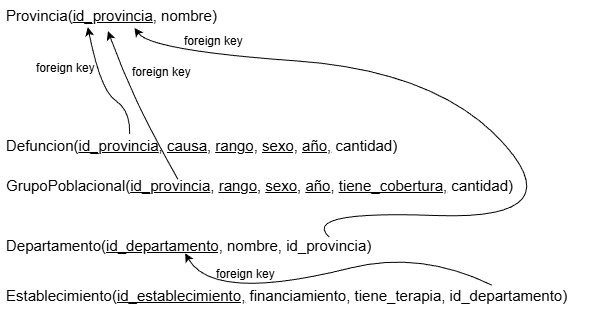
Before: images/modelorelacional.png, a diagram exported from draw.io (elciclon/tp_labo_1). Source tidied: cells renumbered, new cells last; positions are measured from the earlier drawing's top-left corner, leaving out a move shared by most shapes.
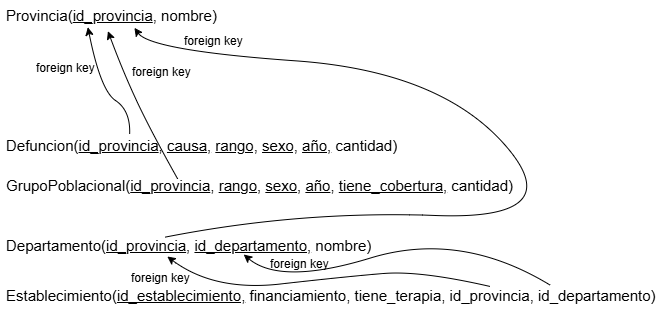
The same diagram one commit later.

Diff of the diagram source:
```diff
@@ -20,7 +20,7 @@
     <mxCell id="5" value="Provincia(&lt;u&gt;id_provincia&lt;/u&gt;, nombre)" style="text;strokeColor=none;fillColor=none;spacingLeft=4;spacingRight=4;overflow=hidden;points=[[0,0.5],[1,0.5]];portConstraint=eastwest;fontSize=15;whiteSpace=wrap;html=1;" parent="1" vertex="1">
       <mxGeometry width="260" height="30" as="geometry" />
     </mxCell>
-    <mxCell id="6" value="&lt;font style=&quot;font-size: 15px;&quot;&gt;&lt;font style=&quot;&quot;&gt;D&lt;/font&gt;epartamento(&lt;u&gt;id_departamento,&lt;/u&gt;&amp;nbsp;nombre, id_provincia)&lt;/font&gt;" style="text;strokeColor=none;fillColor=none;spacingLeft=4;spacingRight=4;overflow=hidden;points=[[0,0.5],[1,0.5]];portConstraint=eastwest;fontSize=12;whiteSpace=wrap;html=1;" parent="1" vertex="1">
+    <mxCell id="6" value="&lt;font style=&quot;font-size: 15px;&quot;&gt;&lt;font style=&quot;&quot;&gt;D&lt;/font&gt;epartamento(&lt;u&gt;id_provincia&lt;/u&gt;,&amp;nbsp;&lt;u&gt;id_departamento,&lt;/u&gt;&amp;nbsp;nombre)&lt;/font&gt;" style="text;strokeColor=none;fillColor=none;spacingLeft=4;spacingRight=4;overflow=hidden;points=[[0,0.5],[1,0.5]];portConstraint=eastwest;fontSize=12;whiteSpace=wrap;html=1;" parent="1" vertex="1">
       <mxGeometry y="230" width="380" height="30" as="geometry" />
     </mxCell>
     <mxCell id="7" style="curved=1;endArrow=classic;html=1;rounded=0;fontColor=light-dark(#000000,#FF0000);textShadow=1;strokeColor=light-dark(#000000,#FF0000);entryX=0.336;entryY=0.889;entryDx=0;entryDy=0;entryPerimeter=0;exitX=0.315;exitY=0.111;exitDx=0;exitDy=0;exitPerimeter=0;" parent="1" edge="1" source="8" target="5">
@@ -34,15 +34,14 @@
     <mxCell id="8" value="&lt;font style=&quot;font-size: 15px;&quot;&gt;&lt;font style=&quot;&quot;&gt;D&lt;/font&gt;efuncion(&lt;u&gt;id_provincia&lt;/u&gt;,&amp;nbsp;&lt;u&gt;causa,&lt;/u&gt;&amp;nbsp;&lt;u&gt;rango,&lt;/u&gt;&amp;nbsp;&lt;u&gt;sexo,&lt;/u&gt;&amp;nbsp;&lt;u&gt;año,&lt;/u&gt;&amp;nbsp;cantidad)&lt;/font&gt;" style="text;strokeColor=none;fillColor=none;spacingLeft=4;spacingRight=4;overflow=hidden;points=[[0,0.5],[1,0.5]];portConstraint=eastwest;fontSize=12;whiteSpace=wrap;html=1;" parent="1" vertex="1">
       <mxGeometry y="130" width="410" height="30" as="geometry" />
     </mxCell>
-    <mxCell id="9" value="&lt;font style=&quot;font-size: 15px;&quot;&gt;Establecimiento(&lt;u&gt;id_establecimiento,&lt;/u&gt;&amp;nbsp;financiamiento, tiene_terapia, id_departamento)&lt;/font&gt;" style="text;strokeColor=none;fillColor=none;spacingLeft=4;spacingRight=4;overflow=hidden;points=[[0,0.5],[1,0.5]];portConstraint=eastwest;fontSize=12;whiteSpace=wrap;html=1;" parent="1" vertex="1">
-      <mxGeometry y="280" width="590" height="30" as="geometry" />
+    <mxCell id="9" value="&lt;font style=&quot;font-size: 15px;&quot;&gt;Establecimiento(&lt;u&gt;id_establecimiento,&lt;/u&gt;&amp;nbsp;financiamiento, tiene_terapia, id_provincia, id_departamento)&lt;/font&gt;" style="text;strokeColor=none;fillColor=none;spacingLeft=4;spacingRight=4;overflow=hidden;points=[[0,0.5],[1,0.5]];portConstraint=eastwest;fontSize=12;whiteSpace=wrap;html=1;" parent="1" vertex="1">
+      <mxGeometry y="280" width="660" height="30" as="geometry" />
     </mxCell>
-    <mxCell id="10" style="curved=1;endArrow=classic;html=1;rounded=0;fontColor=light-dark(#000000,#FF0000);textShadow=1;strokeColor=light-dark(#000000,#FF0000);entryX=0.486;entryY=0.756;entryDx=0;entryDy=0;entryPerimeter=0;exitX=0.833;exitY=0.156;exitDx=0;exitDy=0;exitPerimeter=0;" parent="1" edge="1" source="9" target="6">
+    <mxCell id="10" style="curved=1;endArrow=classic;html=1;rounded=0;fontColor=light-dark(#000000,#FF0000);textShadow=1;strokeColor=light-dark(#000000,#FF0000);entryX=0.64;entryY=0.8;entryDx=0;entryDy=0;entryPerimeter=0;exitX=0.833;exitY=0.156;exitDx=0;exitDy=0;exitPerimeter=0;" parent="1" edge="1" source="9" target="6">
       <mxGeometry relative="1" as="geometry">
         <Array as="points">
-          <mxPoint x="420" y="250" />
+          <mxPoint x="460" y="230" />
           <mxPoint x="280" y="285" />
-          <mxPoint x="200" y="280" />
         </Array>
       </mxGeometry>
     </mxCell>
@@ -53,9 +52,9 @@
       <mxGeometry x="178" y="27" width="70" height="30" as="geometry" />
     </mxCell>
     <mxCell id="13" value="&lt;font style=&quot;color: light-dark(rgb(0, 0, 0), rgb(255, 0, 0));&quot;&gt;foreign key&lt;/font&gt;" style="text;strokeColor=none;fillColor=none;spacingLeft=4;spacingRight=4;overflow=hidden;fontSize=12;whiteSpace=wrap;html=1;" parent="1" vertex="1">
-      <mxGeometry x="210" y="260" width="70" height="30" as="geometry" />
+      <mxGeometry x="264" y="250" width="70" height="30" as="geometry" />
     </mxCell>
-    <mxCell id="14" style="curved=1;endArrow=classic;html=1;rounded=0;fontColor=light-dark(#000000,#FF0000);textShadow=1;strokeColor=light-dark(#000000,#FF0000);entryX=0.515;entryY=0.911;entryDx=0;entryDy=0;entryPerimeter=0;exitX=0.865;exitY=0.222;exitDx=0;exitDy=0;exitPerimeter=0;" parent="1" edge="1" source="6" target="5">
+    <mxCell id="14" style="curved=1;endArrow=classic;html=1;rounded=0;fontColor=light-dark(#000000,#FF0000);textShadow=1;strokeColor=light-dark(#000000,#FF0000);entryX=0.515;entryY=0.911;entryDx=0;entryDy=0;entryPerimeter=0;exitX=0.433;exitY=0.222;exitDx=0;exitDy=0;exitPerimeter=0;" parent="1" edge="1" source="6" target="5">
       <mxGeometry relative="1" as="geometry">
         <Array as="points">
           <mxPoint x="300" y="210" />
@@ -65,5 +64,17 @@
         </Array>
       </mxGeometry>
     </mxCell>
+    <mxCell id="15" style="curved=1;endArrow=classic;html=1;rounded=0;fontColor=light-dark(#000000,#FF0000);textShadow=1;strokeColor=light-dark(#000000,#FF0000);entryX=0.439;entryY=0.867;entryDx=0;entryDy=0;entryPerimeter=0;exitX=0.742;exitY=0.2;exitDx=0;exitDy=0;exitPerimeter=0;" parent="1" edge="1" source="9" target="6">
+      <mxGeometry relative="1" as="geometry">
+        <Array as="points">
+          <mxPoint x="420" y="270" />
+          <mxPoint x="346.5" y="276" />
+          <mxPoint x="213.5" y="291" />
+        </Array>
+      </mxGeometry>
+    </mxCell>
+    <mxCell id="16" value="&lt;font style=&quot;color: light-dark(rgb(0, 0, 0), rgb(255, 0, 0));&quot;&gt;foreign key&lt;/font&gt;" style="text;strokeColor=none;fillColor=none;spacingLeft=4;spacingRight=4;overflow=hidden;fontSize=12;whiteSpace=wrap;html=1;" parent="1" vertex="1">
+      <mxGeometry x="125" y="264" width="70" height="30" as="geometry" />
+    </mxCell>
   </root>
 </mxGraphModel>
```
